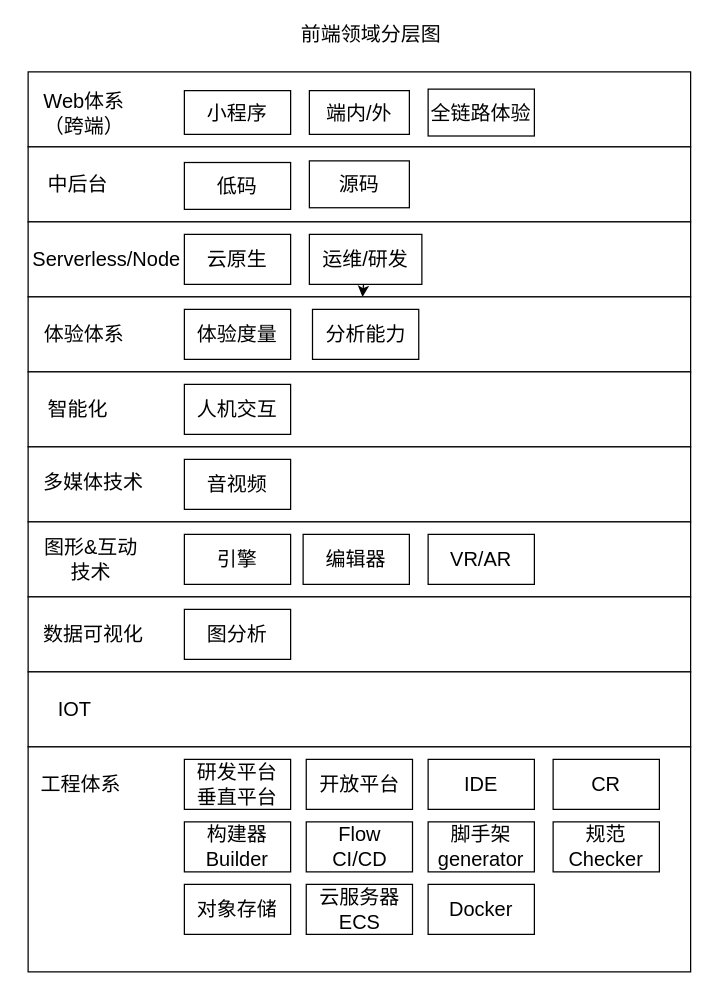
Before: content/posts/personal-grow/tech-model.drawio in XingMXTeam/maoxunxing.com, a draw.io diagram. Source tidied: cells renumbered, new cells numbered last; positions are measured from the earlier drawing's top-left corner, leaving out a move shared by most shapes. Both pictures are drawn from the tidied source at 125%, with x=0, y=0 at pixel (21, 21).
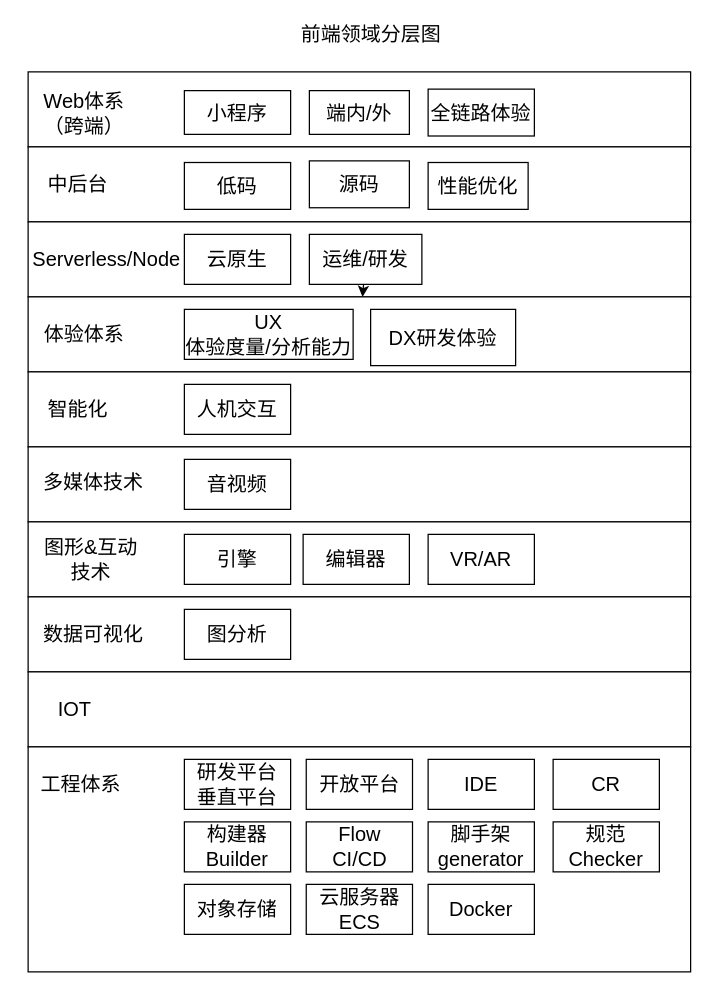
The same page after the edit.

Change to the diagram source:
```diff
@@
-    <mxCell id="27" value="体验度量" style="rounded=0;whiteSpace=wrap;html=1;fontSize=16;" parent="1" vertex="1">
-      <mxGeometry x="130" y="230" width="85" height="40" as="geometry" />
+    <mxCell id="27" value="UX&lt;br&gt;体验度量/分析能力" style="rounded=0;whiteSpace=wrap;html=1;fontSize=16;" parent="1" vertex="1">
+      <mxGeometry x="130" y="230" width="135" height="40" as="geometry" />
     </mxCell>
-    <mxCell id="28" value="分析能力" style="rounded=0;whiteSpace=wrap;html=1;fontSize=16;" parent="1" vertex="1">
-      <mxGeometry x="232.5" y="230" width="85" height="40" as="geometry" />
+    <mxCell id="28" value="DX研发体验" style="rounded=0;whiteSpace=wrap;html=1;fontSize=16;" parent="1" vertex="1">
+      <mxGeometry x="279" y="230" width="116" height="45" as="geometry" />
     </mxCell>
@@
+    <mxCell id="50" value="性能优化" style="rounded=0;whiteSpace=wrap;html=1;fontSize=16;" parent="1" vertex="1">
+      <mxGeometry x="325" y="112.5" width="80" height="37.5" as="geometry" />
+    </mxCell>
```
